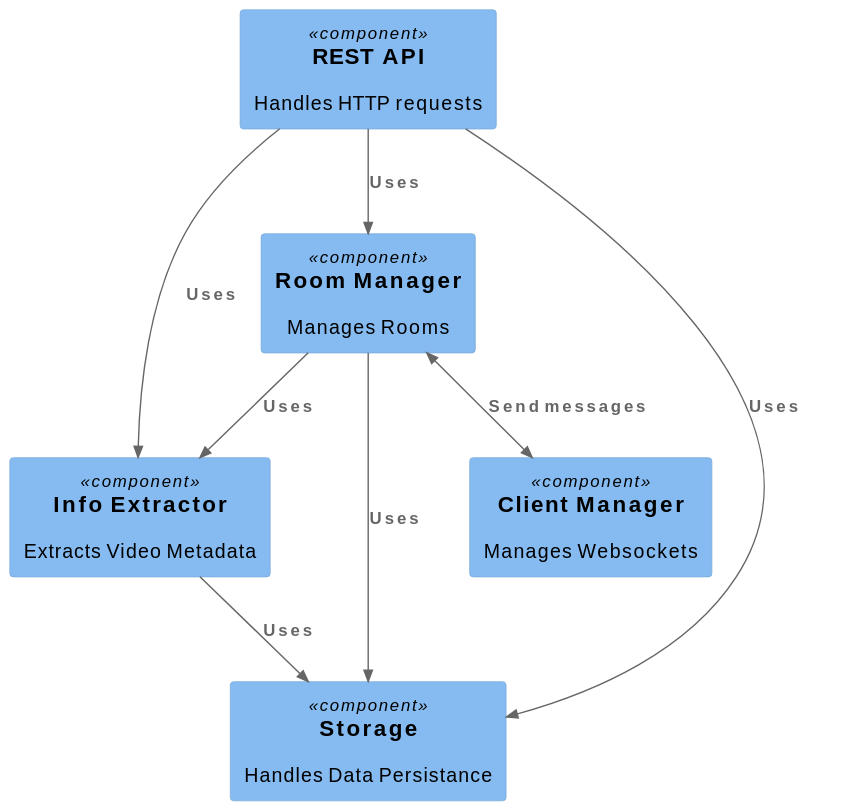
The PlantUML diagram figures/monolith/components-monolith.svg in dyc3/senior-design, before a commit.
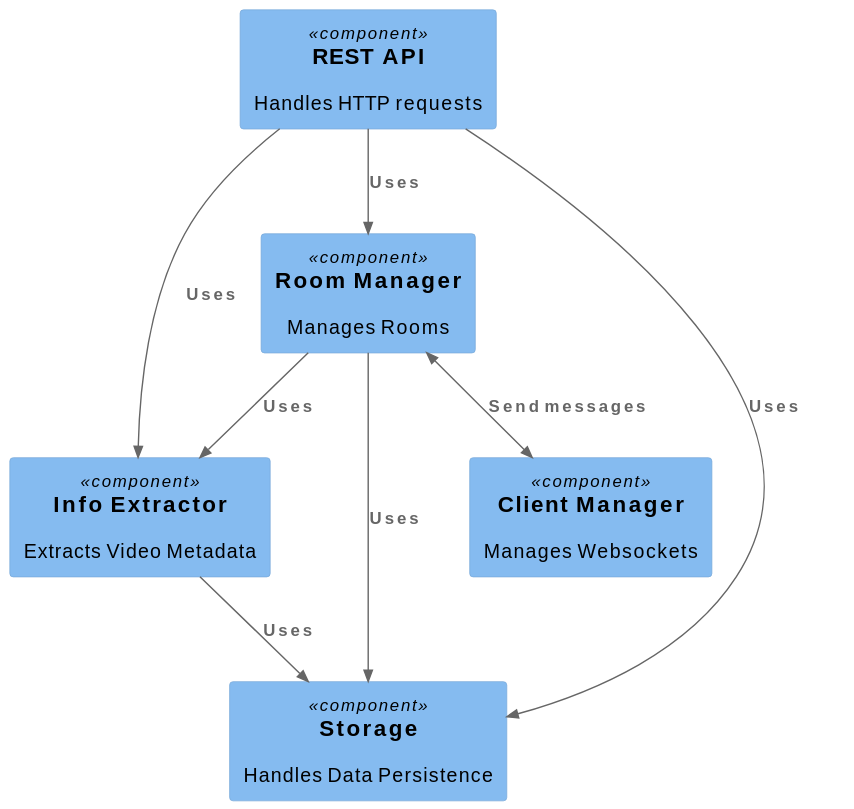
After the commit.

Change to the diagram source:
```diff
@@ -4,7 +4,7 @@
 Component(api, "REST API", "", "Handles HTTP requests")
 Component(infoext, "Info Extractor", "", "Extracts Video Metadata")
 Component(roomman, "Room Manager", "", "Manages Rooms")
-Component(storage, "Storage", "", "Handles Data Persistance")
+Component(storage, "Storage", "", "Handles Data Persistence")
 Component(clientman, "Client Manager", "", "Manages Websockets")
 
 BiRel(roomman, clientman, "Send messages")
```
